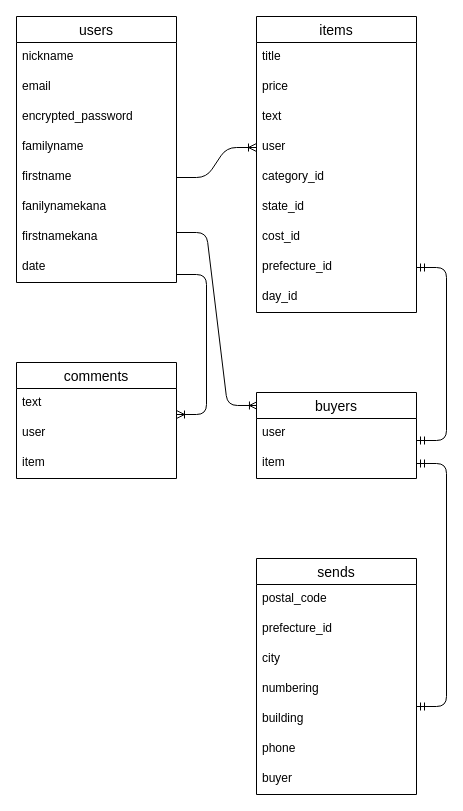
Before: er.dio in takayukinm7/furima-32317, a draw.io diagram. Source tidied: cells renumbered, new cells numbered last; positions are measured from the earlier drawing's top-left corner, leaving out a move shared by most shapes. Both pictures are drawn from the tidied source at 100%, with x=0, y=0 at pixel (16, 16).
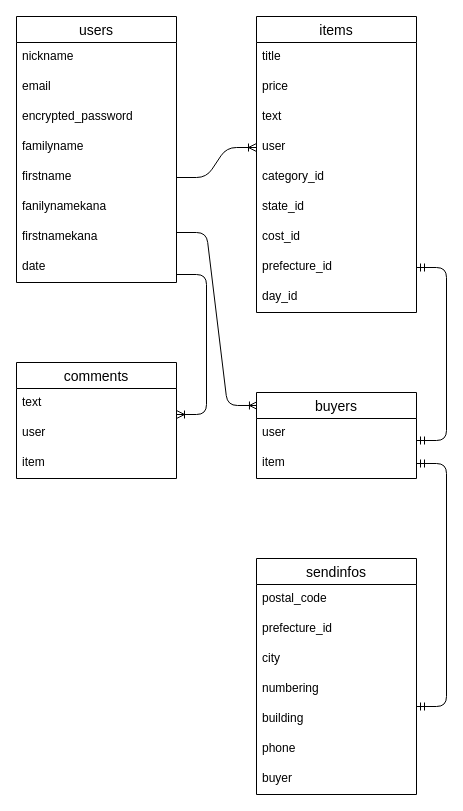
Above is the later version.

Change to the diagram source:
```diff
@@
-    <mxCell id="29" value="sends" style="swimlane;fontStyle=0;horizontal=1;startSize=26;align=center;fontSize=14;direction=east;" parent="1" vertex="1">
+    <mxCell id="29" value="sendinfos" style="swimlane;fontStyle=0;horizontal=1;startSize=26;align=center;fontSize=14;direction=east;" parent="1" vertex="1">
       <mxGeometry x="240" y="542" width="160" height="236" as="geometry" />
     </mxCell>
```
